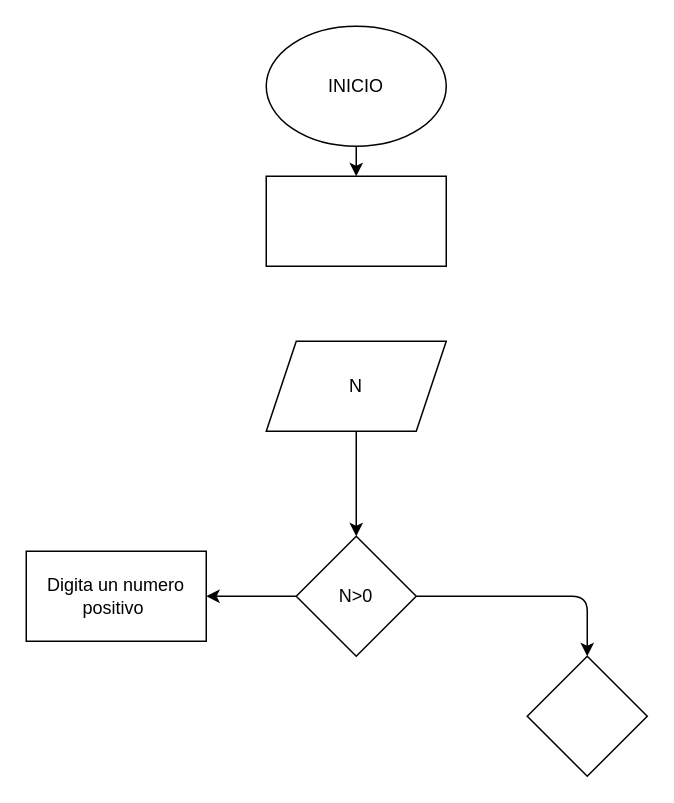
This is ejercicio_1/diagrama.drawio from JorgeM28/taller_1_2corte, a draw.io file, before an edit. Source tidied: cells renumbered, new cells numbered last; positions are measured from the earlier drawing's top-left corner, leaving out a move shared by most shapes. Both pictures are drawn from the tidied source at 150%, with x=0, y=0 at pixel (26, 26).
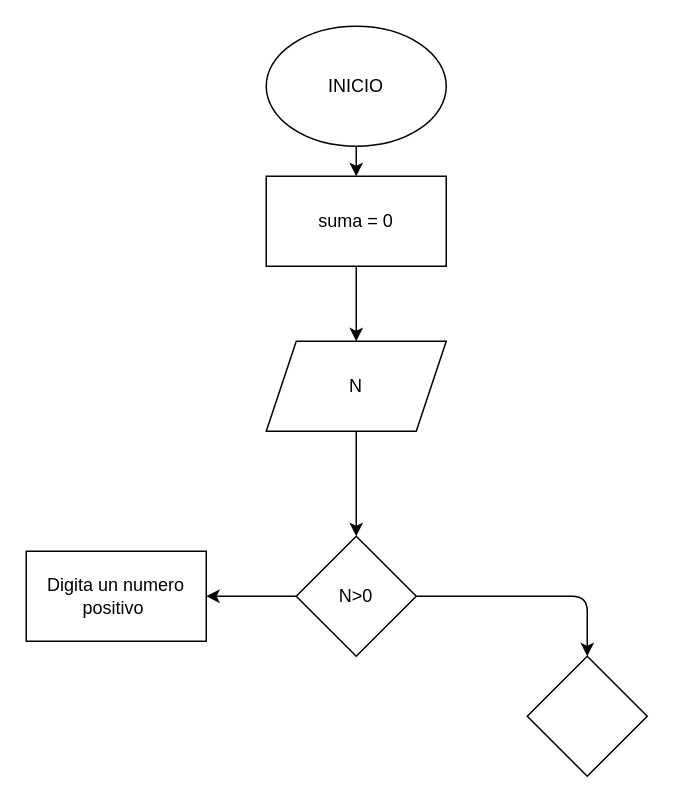
The same page after the edit.

Commit message (it also covers changes not shown here):
Se agrego el diagrama del ejercico 1

What changed in the source:
```diff
@@
 <mxGraphModel>
   <root>
     <mxCell id="0" />
     <mxCell id="1" parent="0" />
     <mxCell id="2" style="edgeStyle=none;html=1;" parent="1" edge="1" source="3" target="11">
       <mxGeometry relative="1" as="geometry" />
     </mxCell>
     <mxCell id="3" value="INICIO" style="ellipse;whiteSpace=wrap;html=1;" parent="1" vertex="1">
       <mxGeometry x="160" width="120" height="80" as="geometry" />
     </mxCell>
     <mxCell id="4" style="edgeStyle=none;html=1;" parent="1" edge="1" source="5" target="8">
       <mxGeometry relative="1" as="geometry" />
     </mxCell>
     <mxCell id="5" value="N" style="shape=parallelogram;perimeter=parallelogramPerimeter;whiteSpace=wrap;html=1;fixedSize=1;" parent="1" vertex="1">
       <mxGeometry x="160" y="210" width="120" height="60" as="geometry" />
     </mxCell>
     <mxCell id="6" style="edgeStyle=none;html=1;" parent="1" edge="1" source="8" target="9">
       <mxGeometry relative="1" as="geometry" />
     </mxCell>
     <mxCell id="7" style="edgeStyle=none;html=1;" parent="1" edge="1" source="8" target="10">
       <mxGeometry relative="1" as="geometry">
         <Array as="points">
           <mxPoint x="374" y="380" />
         </Array>
       </mxGeometry>
     </mxCell>
     <mxCell id="8" value="N&amp;gt;0" style="rhombus;whiteSpace=wrap;html=1;" parent="1" vertex="1">
       <mxGeometry x="180" y="340" width="80" height="80" as="geometry" />
     </mxCell>
     <mxCell id="9" value="Digita un numero positivo&amp;nbsp;" style="whiteSpace=wrap;html=1;" parent="1" vertex="1">
       <mxGeometry y="350" width="120" height="60" as="geometry" />
     </mxCell>
     <mxCell id="10" style="rhombus;whiteSpace=wrap;html=1;" parent="1" vertex="1">
       <mxGeometry x="334" y="420" width="80" height="80" as="geometry" />
     </mxCell>
+    <mxCell id="12" style="edgeStyle=none;html=1;" parent="1" edge="1" source="11" target="5">
+      <mxGeometry relative="1" as="geometry" />
+    </mxCell>
-    <mxCell id="11" style="whiteSpace=wrap;html=1;" parent="1" vertex="1">
+    <mxCell id="11" value="suma = 0" style="whiteSpace=wrap;html=1;" parent="1" vertex="1">
       <mxGeometry x="160" y="100" width="120" height="60" as="geometry" />
     </mxCell>
   </root>
 </mxGraphModel>
```
